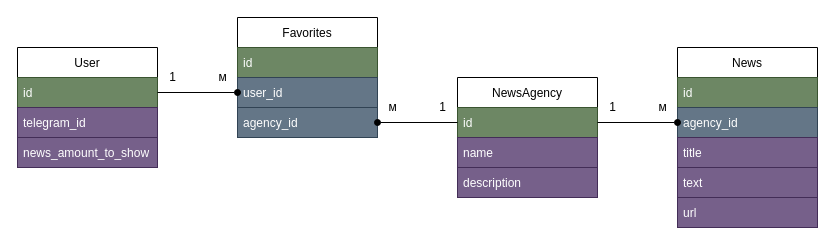
Before: DB/diagram/db_prototype.drawio in Lockerio/BreakingNews_TelegramBot, a draw.io diagram. Source tidied: cells renumbered, new cells numbered last; positions are measured from the earlier drawing's top-left corner, leaving out a move shared by most shapes. Both pictures are drawn from the tidied source at 100%, with x=0, y=0 at pixel (17, 17).
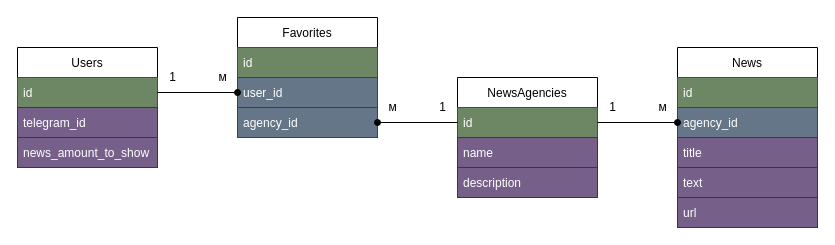
After the change.

What changed in the source:
```diff
@@
-    <mxCell id="2" value="User" style="swimlane;fontStyle=0;horizontal=1;startSize=30;" parent="1" vertex="1">
+    <mxCell id="2" value="Users" style="swimlane;fontStyle=0;horizontal=1;startSize=30;" parent="1" vertex="1">
       <mxGeometry y="30" width="140" height="120" as="geometry" />
     </mxCell>
@@
-    <mxCell id="6" value="NewsAgency" style="swimlane;fontStyle=0;horizontal=1;startSize=30;" parent="1" vertex="1">
+    <mxCell id="6" value="NewsAgencies" style="swimlane;fontStyle=0;horizontal=1;startSize=30;" parent="1" vertex="1">
       <mxGeometry x="440" y="60" width="140" height="120" as="geometry" />
     </mxCell>
```
